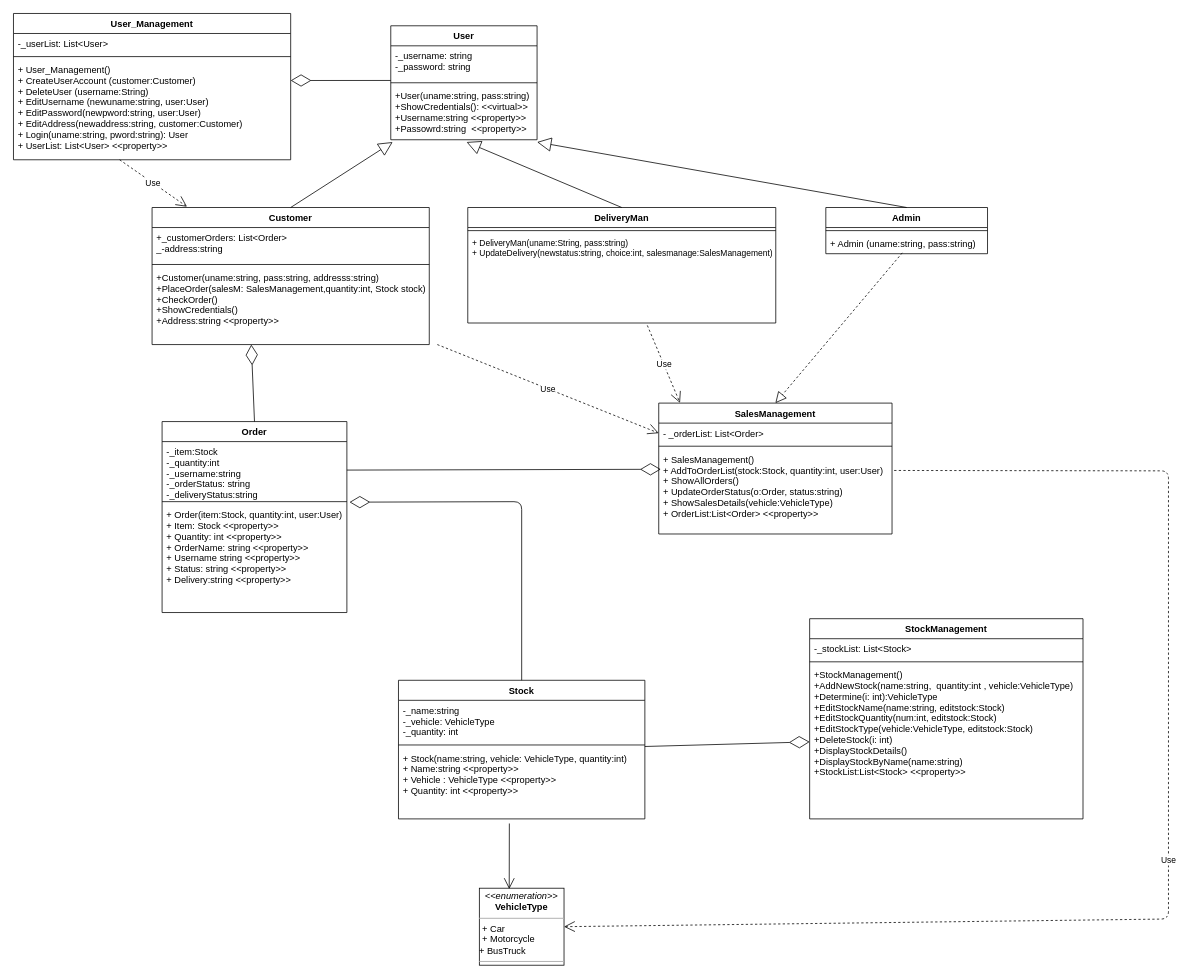
Above: PassTask13.drawio in LastMinuteBanter/DistinctionTaskUML (draw.io), before the change. Source tidied: cells renumbered, new cells numbered last; positions are measured from the earlier drawing's top-left corner, leaving out a move shared by most shapes. Both pictures are drawn from the tidied source at 77%, with x=0, y=0 at pixel (13, 13).
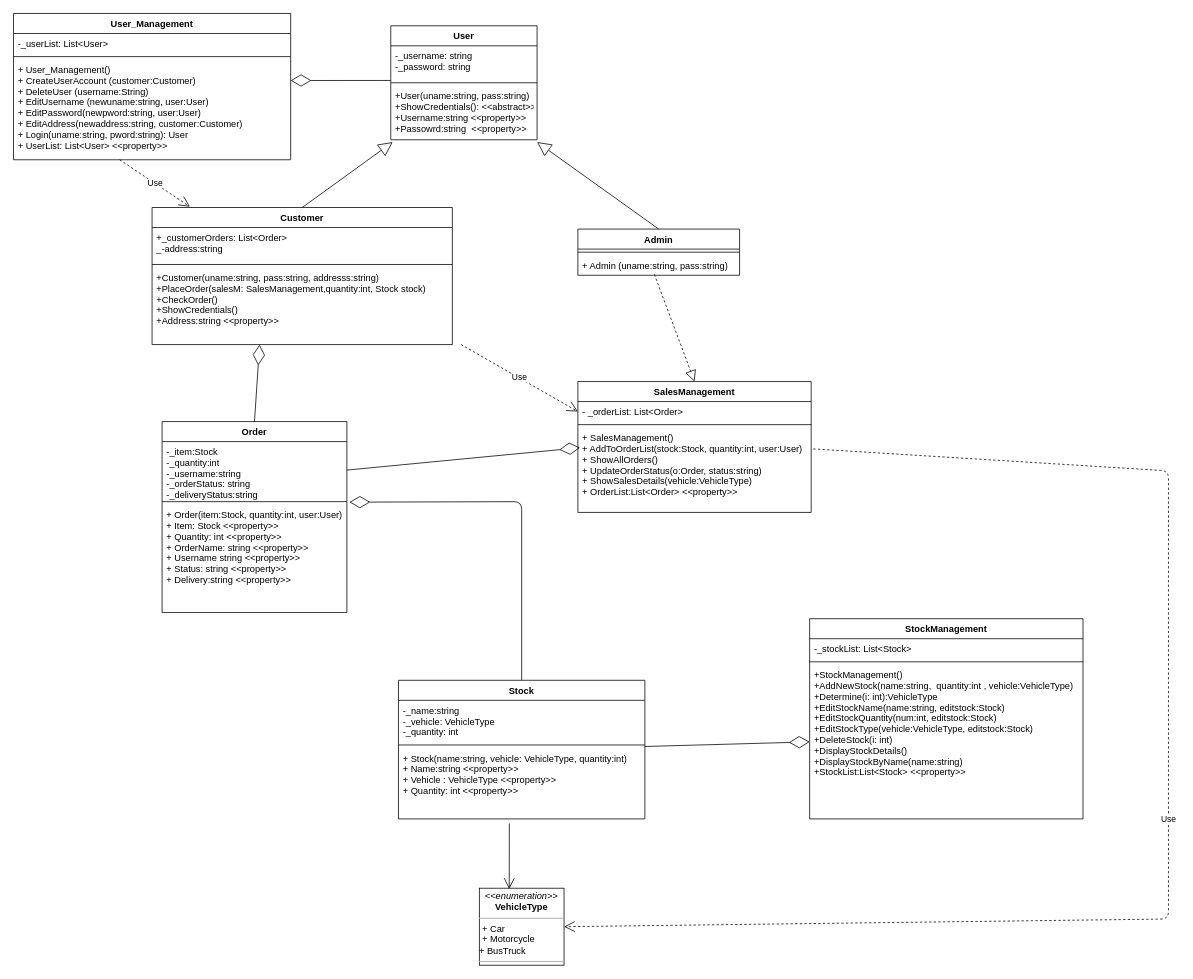
The same page after the edit.

Unchanged cells that the change refers to:
```xml
<mxCell id="6" value="User" style="swimlane;fontStyle=1;align=center;verticalAlign=top;horizontal=1;startSize=26;" parent="1" vertex="1">
  <mxGeometry x="490" y="16" width="190" height="148" as="geometry" />
</mxCell>
```

What changed in the source:
```diff
@@
-    <mxCell id="9" value="+User(uname:string, pass:string)&#10;+ShowCredentials(): &lt;&lt;virtual&gt;&gt; &#10;+Username:string &lt;&lt;property&gt;&gt;&#10;+Passowrd:string  &lt;&lt;property&gt;&gt;&#10;&#10;" style="text;strokeColor=none;fillColor=none;align=left;verticalAlign=top;spacingLeft=4;spacingRight=4;overflow=hidden;points=[[0,0.5],[1,0.5]];portConstraint=eastwest;" parent="6" vertex="1">
+    <mxCell id="9" value="+User(uname:string, pass:string)&#10;+ShowCredentials(): &lt;&lt;abstract&gt;&gt; &#10;+Username:string &lt;&lt;property&gt;&gt;&#10;+Passowrd:string  &lt;&lt;property&gt;&gt;&#10;&#10;" style="text;strokeColor=none;fillColor=none;align=left;verticalAlign=top;spacingLeft=4;spacingRight=4;overflow=hidden;points=[[0,0.5],[1,0.5]];portConstraint=eastwest;" parent="6" vertex="1">
       <mxGeometry y="78" width="190" height="70" as="geometry" />
     </mxCell>
     <mxCell id="10" value="Customer" style="swimlane;fontStyle=1;align=center;verticalAlign=top;horizontal=1;startSize=26;" parent="1" vertex="1">
-      <mxGeometry x="180" y="252" width="360" height="178" as="geometry" />
+      <mxGeometry x="180" y="252" width="390" height="178" as="geometry" />
     </mxCell>
     <mxCell id="11" value="+_customerOrders: List&lt;Order&gt;&#10;_-address:string&#10;" style="text;strokeColor=none;fillColor=none;align=left;verticalAlign=top;spacingLeft=4;spacingRight=4;overflow=hidden;" parent="10" vertex="1">
-      <mxGeometry y="26" width="360" height="44" as="geometry" />
+      <mxGeometry y="26" width="390" height="44" as="geometry" />
     </mxCell>
     <mxCell id="12" style="line;strokeWidth=1;fillColor=none;align=left;verticalAlign=middle;spacingTop=-1;spacingLeft=3;spacingRight=3;labelPosition=right;" parent="10" vertex="1">
-      <mxGeometry y="70" width="360" height="8" as="geometry" />
+      <mxGeometry y="70" width="390" height="8" as="geometry" />
     </mxCell>
     <mxCell id="13" value="+Customer(uname:string, pass:string, addresss:string)&#10;+PlaceOrder(salesM: SalesManagement,quantity:int, Stock stock)&#10;+CheckOrder()&#10;+ShowCredentials() &#10;+Address:string &lt;&lt;property&gt;&gt;&#10;&#10;&#10;" style="text;strokeColor=none;fillColor=none;align=left;verticalAlign=top;spacingLeft=4;spacingRight=4;overflow=hidden;points=[[0,0.5],[1,0.5]];portConstraint=eastwest;" parent="10" vertex="1">
-      <mxGeometry y="78" width="360" height="100" as="geometry" />
+      <mxGeometry y="78" width="390" height="100" as="geometry" />
     </mxCell>
-    <mxCell id="14" value="DeliveryMan" style="swimlane;fontStyle=1;align=center;verticalAlign=top;horizontal=1;startSize=26;" parent="1" vertex="1">
-      <mxGeometry x="590" y="252" width="400" height="150" as="geometry" />
-    </mxCell>
-    <mxCell id="15" style="line;strokeWidth=1;fillColor=none;align=left;verticalAlign=middle;spacingTop=-1;spacingLeft=3;spacingRight=3;labelPosition=right;" parent="14" vertex="1">
-      <mxGeometry y="26" width="400" height="8" as="geometry" />
-    </mxCell>
-    <mxCell id="16" value="+ DeliveryMan(uname:String, pass:string)&#10;+ UpdateDelivery(newstatus:string, choice:int, salesmanage:SalesManagement)&#10;" style="text;strokeColor=none;fillColor=none;align=left;verticalAlign=top;spacingLeft=4;spacingRight=4;overflow=hidden;points=[[0,0.5],[1,0.5]];portConstraint=eastwest;fontSize=11;" parent="14" vertex="1">
-      <mxGeometry y="34" width="400" height="116" as="geometry" />
-    </mxCell>
     <mxCell id="17" value="Admin" style="swimlane;fontStyle=1;align=center;verticalAlign=top;horizontal=1;startSize=26;" parent="1" vertex="1">
-      <mxGeometry x="1055" y="252" width="210" height="60" as="geometry" />
+      <mxGeometry x="733" y="280" width="210" height="60" as="geometry" />
     </mxCell>
@@
     <mxCell id="24" value="SalesManagement" style="swimlane;fontStyle=1;align=center;verticalAlign=top;horizontal=1;startSize=26;" parent="1" vertex="1">
-      <mxGeometry x="838" y="506" width="303" height="170" as="geometry" />
+      <mxGeometry x="733" y="478" width="303" height="170" as="geometry" />
     </mxCell>
@@
-    <mxCell id="38" style="endArrow=block;endSize=16;endFill=0;html=1;entryX=0.518;entryY=1.043;entryDx=0;entryDy=0;entryPerimeter=0;exitX=0.5;exitY=0;exitDx=0;exitDy=0;" parent="1" edge="1" source="14" target="9">
-      <mxGeometry relative="1" as="geometry" />
-    </mxCell>
@@
-    <mxCell id="47" value="Use" style="endArrow=open;endSize=12;dashed=1;html=1;exitX=0.583;exitY=1.027;exitDx=0;exitDy=0;exitPerimeter=0;entryX=0.091;entryY=-0.002;entryDx=0;entryDy=0;entryPerimeter=0;" parent="1" edge="1" source="16" target="24">
-      <mxGeometry relative="1" as="geometry" />
-    </mxCell>
```
